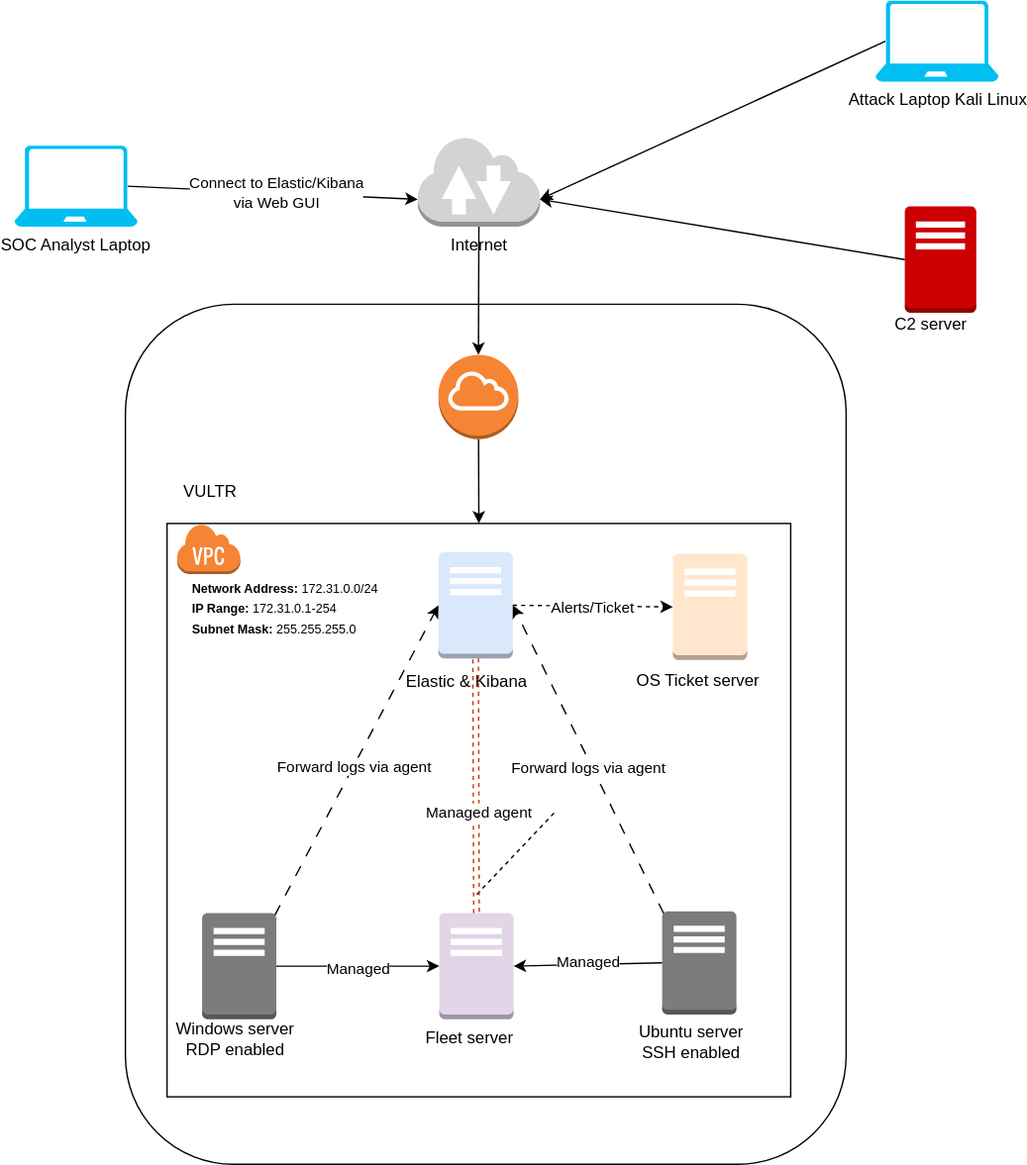
Above: 07-Exercises/30-day MyDFIR Diagram.drawio.svg in Mokdad-dev7/Cybersecurity (draw.io), before the change. Source tidied: cells renumbered, new cells last; positions are measured from the earlier drawing's top-left corner, leaving out a move shared by most shapes. Source of this version:
```xml
<mxGraphModel>
  <root>
    <mxCell id="0" />
    <mxCell id="1" parent="0" />
    <mxCell id="2" style="group;" parent="1" vertex="1">
      <mxGeometry width="710" height="840" as="geometry" />
    </mxCell>
    <mxCell id="3" style="group;" parent="2" vertex="1">
      <mxGeometry x="621.2" y="148.5" width="88.8" height="107.1" as="geometry" />
    </mxCell>
    <mxCell id="4" style="outlineConnect=0;dashed=0;verticalLabelPosition=bottom;verticalAlign=top;align=center;html=1;shape=mxgraph.aws3.traditional_server;fillColor=#CC0000;strokeColor=#b85450;" parent="3" vertex="1">
      <mxGeometry x="21.1" width="51.6" height="76.7" as="geometry" />
    </mxCell>
    <mxCell id="5" value="C2 server" style="text;html=1;align=center;verticalAlign=middle;strokeColor=none;fillColor=none;" parent="3" vertex="1">
      <mxGeometry y="70.6" width="80" height="30" as="geometry" />
    </mxCell>
    <mxCell id="6" value="Internet" style="outlineConnect=0;dashed=0;verticalLabelPosition=bottom;verticalAlign=top;align=center;html=1;shape=mxgraph.aws3.internet_2;fillColor=#D2D3D3;gradientColor=none;" parent="2" vertex="1">
      <mxGeometry x="290.9" y="97.4" width="88.2" height="65.7" as="geometry" />
    </mxCell>
    <mxCell id="7" value="SOC Analyst Laptop" style="verticalLabelPosition=bottom;html=1;verticalAlign=top;align=center;strokeColor=none;fillColor=#00BEF2;shape=mxgraph.azure.laptop;" parent="2" vertex="1">
      <mxGeometry y="104.7" width="88.8" height="58.4" as="geometry" />
    </mxCell>
    <mxCell id="8" value="Attack Laptop Kali Linux" style="verticalLabelPosition=bottom;html=1;verticalAlign=top;align=center;strokeColor=none;fillColor=#00BEF2;shape=mxgraph.azure.laptop;" parent="2" vertex="1">
      <mxGeometry x="621.2" width="88.8" height="58.4" as="geometry" />
    </mxCell>
    <mxCell id="9" style="rounded=0;jettySize=auto;html=1;exitX=0.92;exitY=0.5;exitDx=0;exitDy=0;exitPerimeter=0;entryX=0;entryY=0.7;entryDx=0;entryDy=0;entryPerimeter=0;" parent="2" edge="1" source="7" target="6">
      <mxGeometry relative="1" as="geometry" />
    </mxCell>
    <mxCell id="10" value="&lt;div&gt;Connect to Elastic/Kibana&lt;/div&gt;&lt;div&gt;via Web GUI&lt;br&gt;&lt;/div&gt;" style="edgeLabel;html=1;align=center;verticalAlign=middle;" parent="9" vertex="1">
      <mxGeometry x="0.02" relative="1" as="geometry" />
    </mxCell>
    <mxCell id="11" style="rounded=0;jettySize=auto;html=1;exitX=0.08;exitY=0.5;exitDx=0;exitDy=0;exitPerimeter=0;entryX=1;entryY=0.7;entryDx=0;entryDy=0;entryPerimeter=0;" parent="2" edge="1" source="8" target="6">
      <mxGeometry relative="1" as="geometry" />
    </mxCell>
    <mxCell id="12" style="rounded=0;jettySize=auto;html=1;exitX=0;exitY=0.5;exitDx=0;exitDy=0;exitPerimeter=0;entryX=1;entryY=0.7;entryDx=0;entryDy=0;entryPerimeter=0;" parent="2" edge="1" source="4" target="6">
      <mxGeometry relative="1" as="geometry" />
    </mxCell>
    <mxCell id="13" style="group;" parent="2" vertex="1">
      <mxGeometry x="80" y="219.1" width="530.2" height="620.9" as="geometry" />
    </mxCell>
    <mxCell id="14" style="rounded=1;whiteSpace=wrap;html=1;" parent="13" vertex="1">
      <mxGeometry width="520" height="620.9" as="geometry" />
    </mxCell>
    <mxCell id="15" style="rounded=0;whiteSpace=wrap;html=1;" parent="13" vertex="1">
      <mxGeometry x="30" y="158.3" width="450" height="413.9" as="geometry" />
    </mxCell>
    <mxCell id="16" value="VULTR" style="text;html=1;align=center;verticalAlign=middle;strokeColor=none;fillColor=none;" parent="13" vertex="1">
      <mxGeometry x="31.1" y="120.5" width="60" height="30" as="geometry" />
    </mxCell>
    <mxCell id="17" style="group;" parent="13" vertex="1">
      <mxGeometry x="358.4" y="180.2" width="126.8" height="113.2" as="geometry" />
    </mxCell>
    <mxCell id="18" style="outlineConnect=0;dashed=0;verticalLabelPosition=bottom;verticalAlign=top;align=center;html=1;shape=mxgraph.aws3.traditional_server;fillColor=#ffe6cc;strokeColor=#d79b00;" parent="17" vertex="1">
      <mxGeometry x="36.6" width="53.6" height="76.7" as="geometry" />
    </mxCell>
    <mxCell id="19" value="OS Ticket server" style="text;html=1;align=center;verticalAlign=middle;strokeColor=none;fillColor=none;" parent="17" vertex="1">
      <mxGeometry y="76.7" width="110" height="30" as="geometry" />
    </mxCell>
    <mxCell id="20" style="group;" parent="13" vertex="1">
      <mxGeometry x="202.8" y="439.5" width="103.7" height="112" as="geometry" />
    </mxCell>
    <mxCell id="21" style="outlineConnect=0;dashed=0;verticalLabelPosition=bottom;verticalAlign=top;align=center;html=1;shape=mxgraph.aws3.traditional_server;fillColor=#e1d5e7;strokeColor=#9673a6;" parent="20" vertex="1">
      <mxGeometry x="23.6" width="53.6" height="76.7" as="geometry" />
    </mxCell>
    <mxCell id="22" value="Fleet server" style="text;html=1;align=center;verticalAlign=middle;strokeColor=none;fillColor=none;" parent="20" vertex="1">
      <mxGeometry y="75.5" width="90" height="30" as="geometry" />
    </mxCell>
    <mxCell id="23" style="group;" parent="13" vertex="1">
      <mxGeometry x="358.4" y="438.3" width="115.3" height="121.7" as="geometry" />
    </mxCell>
    <mxCell id="24" style="outlineConnect=0;dashed=0;verticalLabelPosition=bottom;verticalAlign=top;align=center;html=1;shape=mxgraph.aws3.traditional_server;fillColor=#7D7C7C;gradientColor=none;" parent="23" vertex="1">
      <mxGeometry x="28.8" width="53.6" height="74.5" as="geometry" />
    </mxCell>
    <mxCell id="25" value="&lt;div&gt;Ubuntu server&lt;/div&gt;&lt;div&gt;SSH enabled&lt;br&gt;&lt;/div&gt;" style="text;html=1;align=center;verticalAlign=middle;strokeColor=none;fillColor=none;" parent="23" vertex="1">
      <mxGeometry y="74.5" width="100" height="40" as="geometry" />
    </mxCell>
    <mxCell id="26" style="group;" parent="13" vertex="1">
      <mxGeometry x="24.2" y="439.5" width="126.8" height="120.5" as="geometry" />
    </mxCell>
    <mxCell id="27" style="outlineConnect=0;dashed=0;verticalLabelPosition=bottom;verticalAlign=top;align=center;html=1;shape=mxgraph.aws3.traditional_server;fillColor=#7D7C7C;gradientColor=none;" parent="26" vertex="1">
      <mxGeometry x="31.1" width="53.6" height="76.7" as="geometry" />
    </mxCell>
    <mxCell id="28" value="&lt;div&gt;Windows server&lt;/div&gt;&lt;div&gt;RDP enabled&lt;/div&gt;" style="text;html=1;align=center;verticalAlign=middle;strokeColor=none;fillColor=none;" parent="26" vertex="1">
      <mxGeometry y="71.8" width="110" height="40" as="geometry" />
    </mxCell>
    <mxCell id="29" style="group;" parent="13" vertex="1">
      <mxGeometry x="191.3" y="179" width="126.8" height="115.7" as="geometry" />
    </mxCell>
    <mxCell id="30" style="outlineConnect=0;dashed=0;verticalLabelPosition=bottom;verticalAlign=top;align=center;html=1;shape=mxgraph.aws3.traditional_server;fillColor=#dae8fc;strokeColor=#6c8ebf;" parent="29" vertex="1">
      <mxGeometry x="34.6" width="53.6" height="76.7" as="geometry" />
    </mxCell>
    <mxCell id="31" value="Elastic &amp;amp; Kibana" style="text;html=1;align=center;verticalAlign=middle;strokeColor=none;fillColor=none;" parent="29" vertex="1">
      <mxGeometry y="79.1" width="110" height="30" as="geometry" />
    </mxCell>
    <mxCell id="32" style="endArrow=classic;html=1;rounded=0;entryX=0;entryY=0.5;entryDx=0;entryDy=0;entryPerimeter=0;exitX=1;exitY=0.5;exitDx=0;exitDy=0;exitPerimeter=0;" parent="13" edge="1" source="27" target="21">
      <mxGeometry relative="1" as="geometry" />
    </mxCell>
    <mxCell id="33" value="Label" style="edgeLabel;html=1;align=center;verticalAlign=middle;" parent="32" vertex="1">
      <mxGeometry relative="1" as="geometry" />
    </mxCell>
    <mxCell id="34" value="Managed" style="edgeLabel;html=1;align=center;verticalAlign=middle;" parent="32" vertex="1">
      <mxGeometry x="0.01" y="-2" relative="1" as="geometry" />
    </mxCell>
    <mxCell id="35" style="endArrow=classic;html=1;rounded=0;entryX=1;entryY=0.5;entryDx=0;entryDy=0;entryPerimeter=0;exitX=0;exitY=0.5;exitDx=0;exitDy=0;exitPerimeter=0;" parent="13" edge="1" source="24" target="21">
      <mxGeometry relative="1" as="geometry" />
    </mxCell>
    <mxCell id="36" value="Label" style="edgeLabel;html=1;align=center;verticalAlign=middle;" parent="35" vertex="1">
      <mxGeometry relative="1" as="geometry" />
    </mxCell>
    <mxCell id="37" value="Managed" style="edgeLabel;html=1;align=center;verticalAlign=middle;" parent="35" vertex="1">
      <mxGeometry x="0.01" y="-2" relative="1" as="geometry" />
    </mxCell>
    <mxCell id="38" style="endArrow=classic;html=1;rounded=0;exitX=0.98;exitY=0.02;exitDx=0;exitDy=0;exitPerimeter=0;entryX=0;entryY=0.5;entryDx=0;entryDy=0;entryPerimeter=0;dashed=1;dashPattern=8 8;" parent="13" edge="1" source="27" target="30">
      <mxGeometry relative="1" as="geometry" />
    </mxCell>
    <mxCell id="39" value="Forward logs via agent" style="edgeLabel;html=1;align=center;verticalAlign=middle;" parent="38" vertex="1">
      <mxGeometry x="-0.04" relative="1" as="geometry" />
    </mxCell>
    <mxCell id="40" style="endArrow=classic;html=1;rounded=0;exitX=0.02;exitY=0.02;exitDx=0;exitDy=0;exitPerimeter=0;entryX=1;entryY=0.5;entryDx=0;entryDy=0;entryPerimeter=0;dashed=1;dashPattern=8 8;" parent="13" edge="1" source="24" target="30">
      <mxGeometry relative="1" as="geometry" />
    </mxCell>
    <mxCell id="41" value="Forward logs via agent" style="edgeLabel;html=1;align=center;verticalAlign=middle;" parent="40" vertex="1">
      <mxGeometry x="-0.02" y="1" relative="1" as="geometry">
        <mxPoint y="4" as="offset" />
      </mxGeometry>
    </mxCell>
    <mxCell id="42" style="endArrow=none;dashed=1;html=1;rounded=0;" parent="13" edge="1">
      <mxGeometry relative="1" as="geometry">
        <mxPoint x="253.6" y="426.1" as="sourcePoint" />
        <mxPoint x="311.2" y="365.2" as="targetPoint" />
      </mxGeometry>
    </mxCell>
    <mxCell id="43" style="rounded=0;jettySize=auto;html=1;exitX=0.5;exitY=1;exitDx=0;exitDy=0;exitPerimeter=0;entryX=0.5;entryY=0;entryDx=0;entryDy=0;entryPerimeter=0;dashed=1;strokeColor=#C73500;shape=link;fillColor=#fa6800;" parent="13" edge="1" source="30" target="21">
      <mxGeometry relative="1" as="geometry" />
    </mxCell>
    <mxCell id="44" value="Managed agent" style="edgeLabel;html=1;align=center;verticalAlign=middle;" parent="43" vertex="1">
      <mxGeometry x="0.16" y="1" relative="1" as="geometry">
        <mxPoint y="4" as="offset" />
      </mxGeometry>
    </mxCell>
    <mxCell id="45" style="rounded=0;jettySize=auto;html=1;exitX=1;exitY=0.5;exitDx=0;exitDy=0;exitPerimeter=0;entryX=0;entryY=0.5;entryDx=0;entryDy=0;entryPerimeter=0;dashed=1;" parent="13" edge="1" source="30" target="18">
      <mxGeometry relative="1" as="geometry" />
    </mxCell>
    <mxCell id="46" value="Alerts/Ticket" style="edgeLabel;html=1;align=center;verticalAlign=middle;" parent="45" vertex="1">
      <mxGeometry x="-0.01" relative="1" as="geometry" />
    </mxCell>
    <mxCell id="47" style="dashed=0;verticalLabelPosition=bottom;verticalAlign=top;align=center;html=1;shape=mxgraph.aws3.virtual_private_cloud;fillColor=#F58534;gradientColor=none;" parent="13" vertex="1">
      <mxGeometry x="36.9" y="158.3" width="46.1" height="36.5" as="geometry" />
    </mxCell>
    <mxCell id="48" style="rounded=0;jettySize=auto;html=1;entryX=0.5;entryY=0;entryDx=0;entryDy=0;" parent="13" edge="1" source="49" target="15">
      <mxGeometry relative="1" as="geometry" />
    </mxCell>
    <mxCell id="49" style="outlineConnect=0;dashed=0;verticalLabelPosition=bottom;verticalAlign=top;align=center;html=1;shape=mxgraph.aws3.internet_gateway;fillColor=#F58534;gradientColor=none;" parent="13" vertex="1">
      <mxGeometry x="225.9" y="36.5" width="57.6" height="60.9" as="geometry" />
    </mxCell>
    <mxCell id="50" value="&lt;div align=&quot;left&quot;&gt;&lt;font style=&quot;font-size: 9px;&quot;&gt;&lt;b&gt;Network Address:&lt;/b&gt; 172.31.0.0/24&lt;/font&gt;&lt;/div&gt;&lt;div align=&quot;left&quot;&gt;&lt;font style=&quot;font-size: 9px;&quot;&gt;&lt;b&gt;IP Range:&lt;/b&gt; 172.31.0.1-254&lt;/font&gt;&lt;/div&gt;&lt;div align=&quot;left&quot;&gt;&lt;font style=&quot;font-size: 9px;&quot;&gt;&lt;b&gt;Subnet Mask:&lt;/b&gt; 255.255.255.0&lt;font&gt;&lt;br&gt;&lt;/font&gt;&lt;/font&gt;&lt;/div&gt;" style="text;html=1;align=center;verticalAlign=middle;strokeColor=none;fillColor=none;" parent="13" vertex="1">
      <mxGeometry x="34.8" y="188.8" width="160" height="60" as="geometry" />
    </mxCell>
    <mxCell id="51" style="rounded=0;jettySize=auto;html=1;exitX=0.5;exitY=1;exitDx=0;exitDy=0;exitPerimeter=0;entryX=0.5;entryY=0;entryDx=0;entryDy=0;entryPerimeter=0;" parent="2" edge="1" source="6" target="49">
      <mxGeometry relative="1" as="geometry" />
    </mxCell>
  </root>
</mxGraphModel>
```
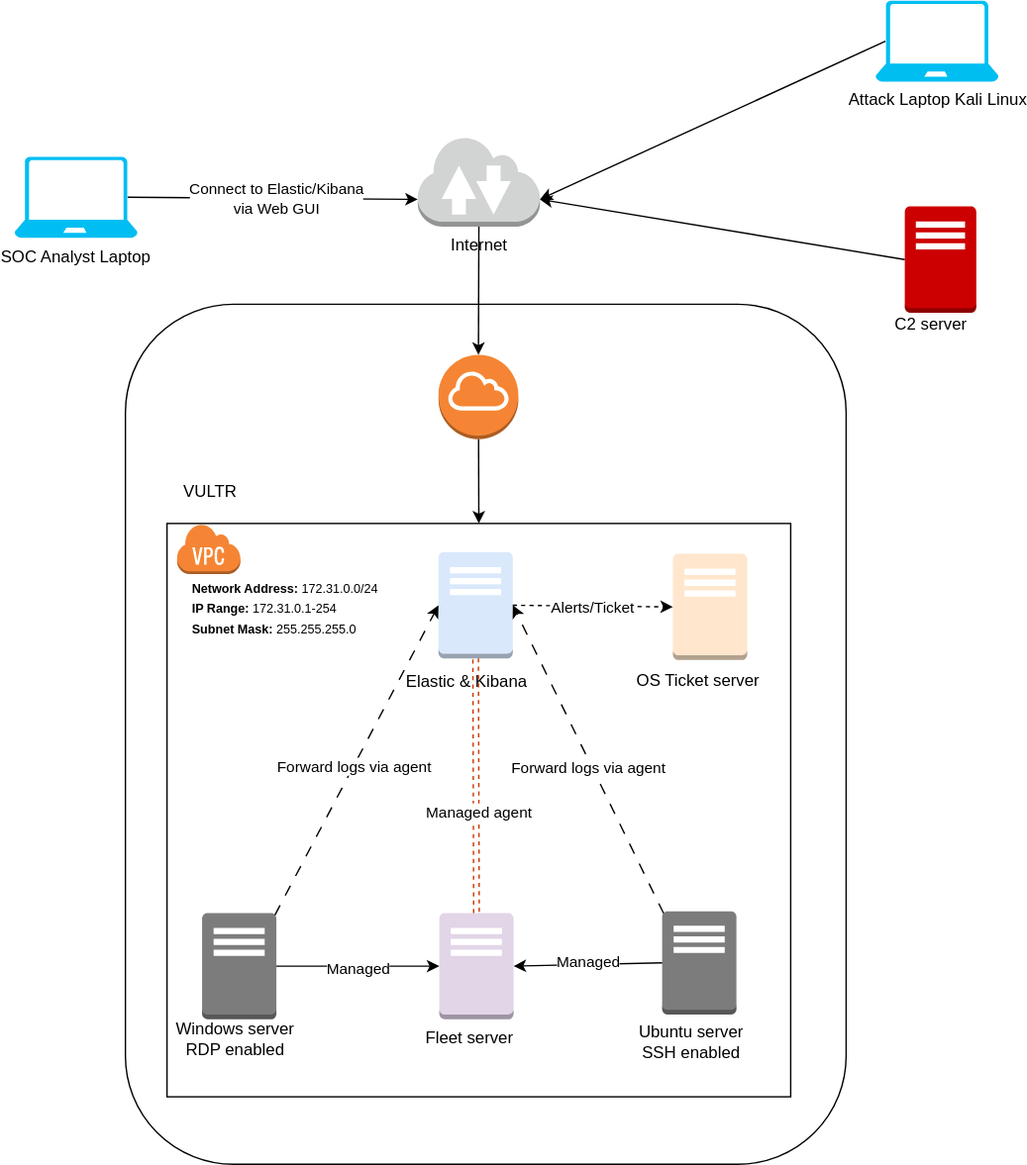
The same diagram one commit later.

The edit, as a diff of the source:
```diff
@@ -18,7 +18,7 @@
       <mxGeometry x="290.9" y="97.4" width="88.2" height="65.7" as="geometry" />
     </mxCell>
     <mxCell id="7" value="SOC Analyst Laptop" style="verticalLabelPosition=bottom;html=1;verticalAlign=top;align=center;strokeColor=none;fillColor=#00BEF2;shape=mxgraph.azure.laptop;" parent="2" vertex="1">
-      <mxGeometry y="104.7" width="88.8" height="58.4" as="geometry" />
+      <mxGeometry y="112.7" width="88.8" height="58.4" as="geometry" />
     </mxCell>
     <mxCell id="8" value="Attack Laptop Kali Linux" style="verticalLabelPosition=bottom;html=1;verticalAlign=top;align=center;strokeColor=none;fillColor=#00BEF2;shape=mxgraph.azure.laptop;" parent="2" vertex="1">
       <mxGeometry x="621.2" width="88.8" height="58.4" as="geometry" />
@@ -124,12 +124,6 @@
         <mxPoint y="4" as="offset" />
       </mxGeometry>
     </mxCell>
-    <mxCell id="42" style="endArrow=none;dashed=1;html=1;rounded=0;" parent="13" edge="1">
-      <mxGeometry relative="1" as="geometry">
-        <mxPoint x="253.6" y="426.1" as="sourcePoint" />
-        <mxPoint x="311.2" y="365.2" as="targetPoint" />
-      </mxGeometry>
-    </mxCell>
     <mxCell id="43" style="rounded=0;jettySize=auto;html=1;exitX=0.5;exitY=1;exitDx=0;exitDy=0;exitPerimeter=0;entryX=0.5;entryY=0;entryDx=0;entryDy=0;entryPerimeter=0;dashed=1;strokeColor=#C73500;shape=link;fillColor=#fa6800;" parent="13" edge="1" source="30" target="21">
       <mxGeometry relative="1" as="geometry" />
     </mxCell>
```
